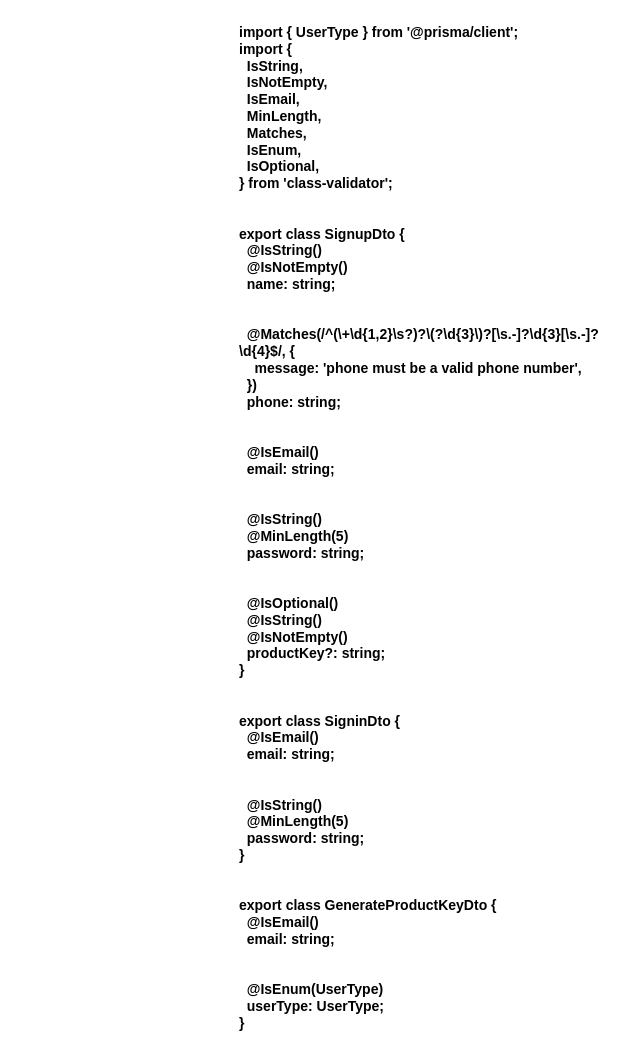
Before: page "dto" (4 of 4) of nestjs.drawio in goldmine/base, a draw.io diagram. Source tidied: cells renumbered, new cells numbered last; positions are measured from the earlier drawing's top-left corner, leaving out a move shared by most shapes. Both pictures are drawn from the tidied source at 100%, with x=0, y=0 at pixel (237, 17).
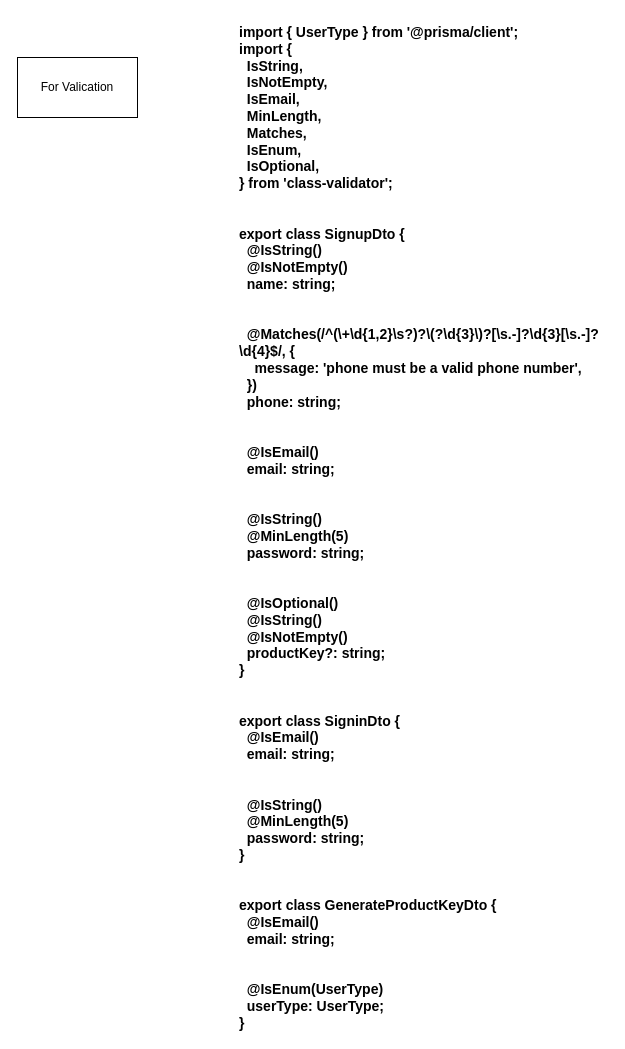
Above is the later version.

What changed in the source:
```diff
@@
 <mxGraphModel>
   <root>
     <mxCell id="0" />
     <mxCell id="1" parent="0" />
     <mxCell id="2" value="import { UserType } from '@prisma/client';&#10;import {&#10;  IsString,&#10;  IsNotEmpty,&#10;  IsEmail,&#10;  MinLength,&#10;  Matches,&#10;  IsEnum,&#10;  IsOptional,&#10;} from 'class-validator';&#10;&#10;&#10;export class SignupDto {&#10;  @IsString()&#10;  @IsNotEmpty()&#10;  name: string;&#10;&#10;&#10;  @Matches(/^(\+\d{1,2}\s?)?\(?\d{3}\)?[\s.-]?\d{3}[\s.-]?\d{4}$/, {&#10;    message: 'phone must be a valid phone number',&#10;  })&#10;  phone: string;&#10;&#10;&#10;  @IsEmail()&#10;  email: string;&#10;&#10;&#10;  @IsString()&#10;  @MinLength(5)&#10;  password: string;&#10;&#10;&#10;  @IsOptional()&#10;  @IsString()&#10;  @IsNotEmpty()&#10;  productKey?: string;&#10;}&#10;&#10;&#10;export class SigninDto {&#10;  @IsEmail()&#10;  email: string;&#10;&#10;&#10;  @IsString()&#10;  @MinLength(5)&#10;  password: string;&#10;}&#10;&#10;&#10;export class GenerateProductKeyDto {&#10;  @IsEmail()&#10;  email: string;&#10;&#10;&#10;  @IsEnum(UserType)&#10;  userType: UserType;&#10;}" style="text;whiteSpace=wrap;fontSize=14;fontStyle=1;" parent="1" vertex="1">
       <mxGeometry width="370" height="870" as="geometry" />
     </mxCell>
+    <mxCell id="3" value="For Valication" style="rounded=0;whiteSpace=wrap;html=1;" parent="1" vertex="1">
+      <mxGeometry x="-220" y="40" width="120" height="60" as="geometry" />
+    </mxCell>
   </root>
 </mxGraphModel>
```
